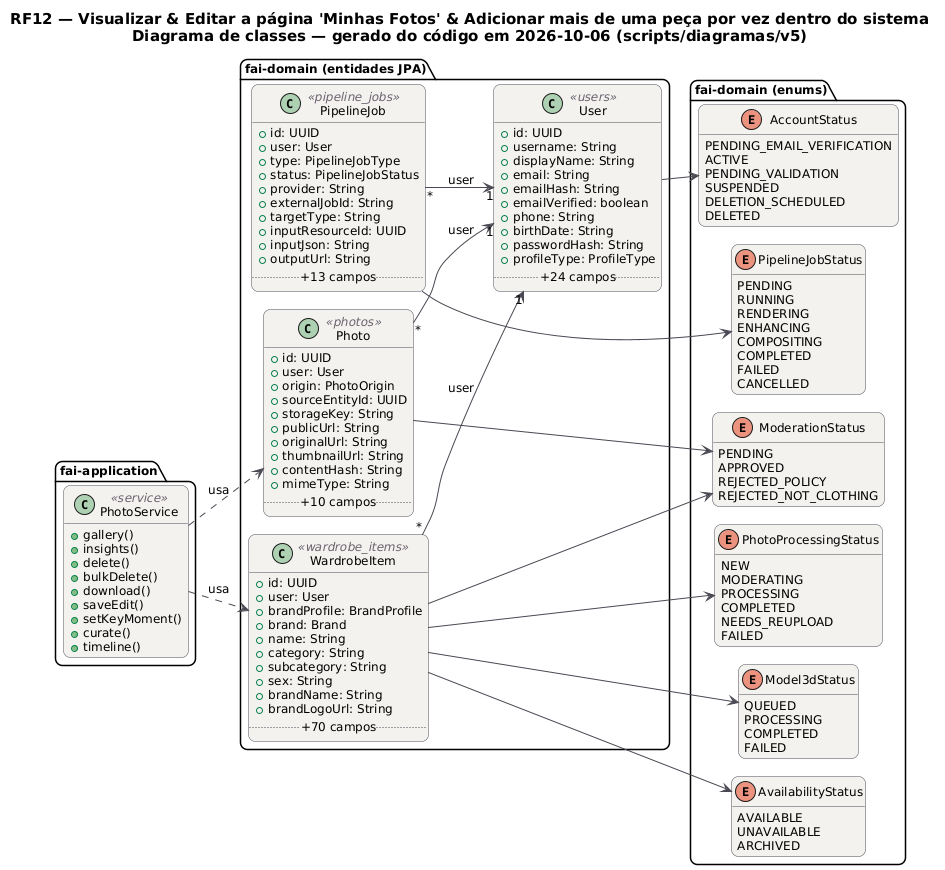
Above: docs/diagramas/RF12/RF12_Classes.png in MatheusHaliski/tcc-2026-fashion-ai-backend (PlantUML), before the change.
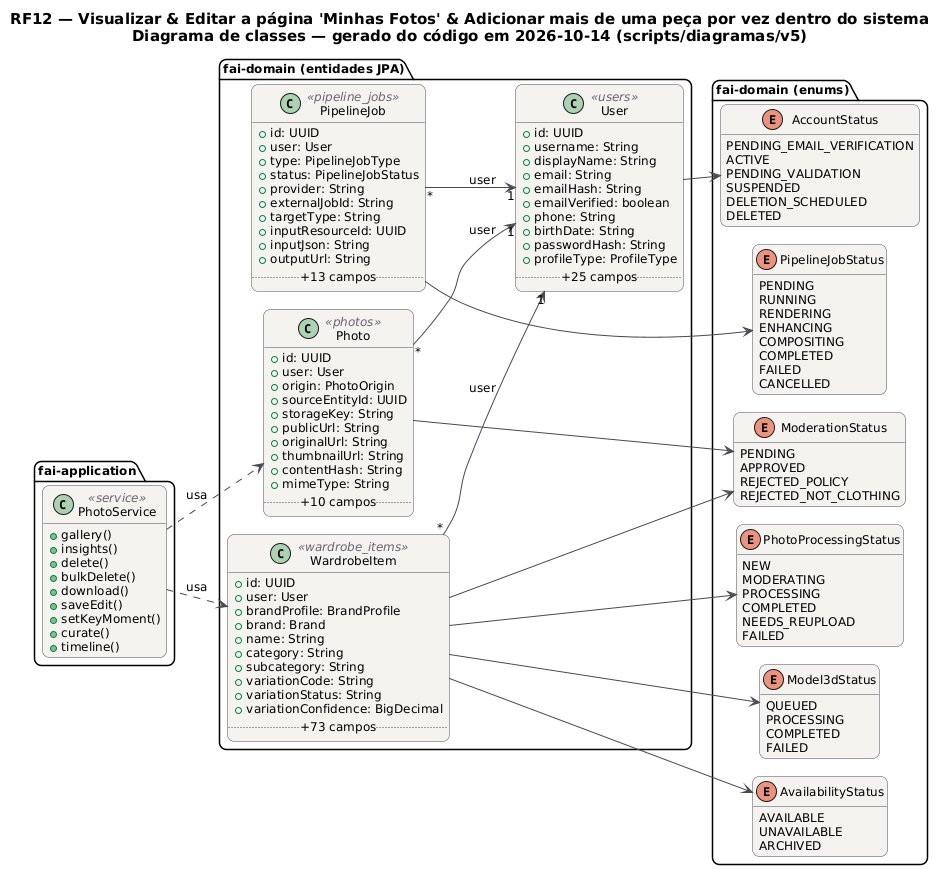
The same diagram one commit later.

The edit, as a diff of the source:
```diff
@@ -20,7 +20,7 @@
 }
 hide empty members
 left to right direction
-title RF12 — Visualizar & Editar a página 'Minhas Fotos' & Adicionar mais de uma peça por vez dentro do sistema\nDiagrama de classes — gerado do código em 2026-10-06 (scripts/diagramas/v5)
+title RF12 — Visualizar & Editar a página 'Minhas Fotos' & Adicionar mais de uma peça por vez dentro do sistema\nDiagrama de classes — gerado do código em 2026-10-14 (scripts/diagramas/v5)
 
 package "fai-domain (entidades JPA)" {
   class Photo <<photos>> {
@@ -60,7 +60,7 @@
     +birthDate: String
     +passwordHash: String
     +profileType: ProfileType
-    .. +24 campos ..
+    .. +25 campos ..
   }
   class WardrobeItem <<wardrobe_items>> {
     +id: UUID
@@ -70,10 +70,10 @@
     +name: String
     +category: String
     +subcategory: String
-    +sex: String
-    +brandName: String
-    +brandLogoUrl: String
-    .. +70 campos ..
+    +variationCode: String
+    +variationStatus: String
+    +variationConfidence: BigDecimal
+    .. +73 campos ..
   }
 }
 package "fai-domain (enums)" {
```
